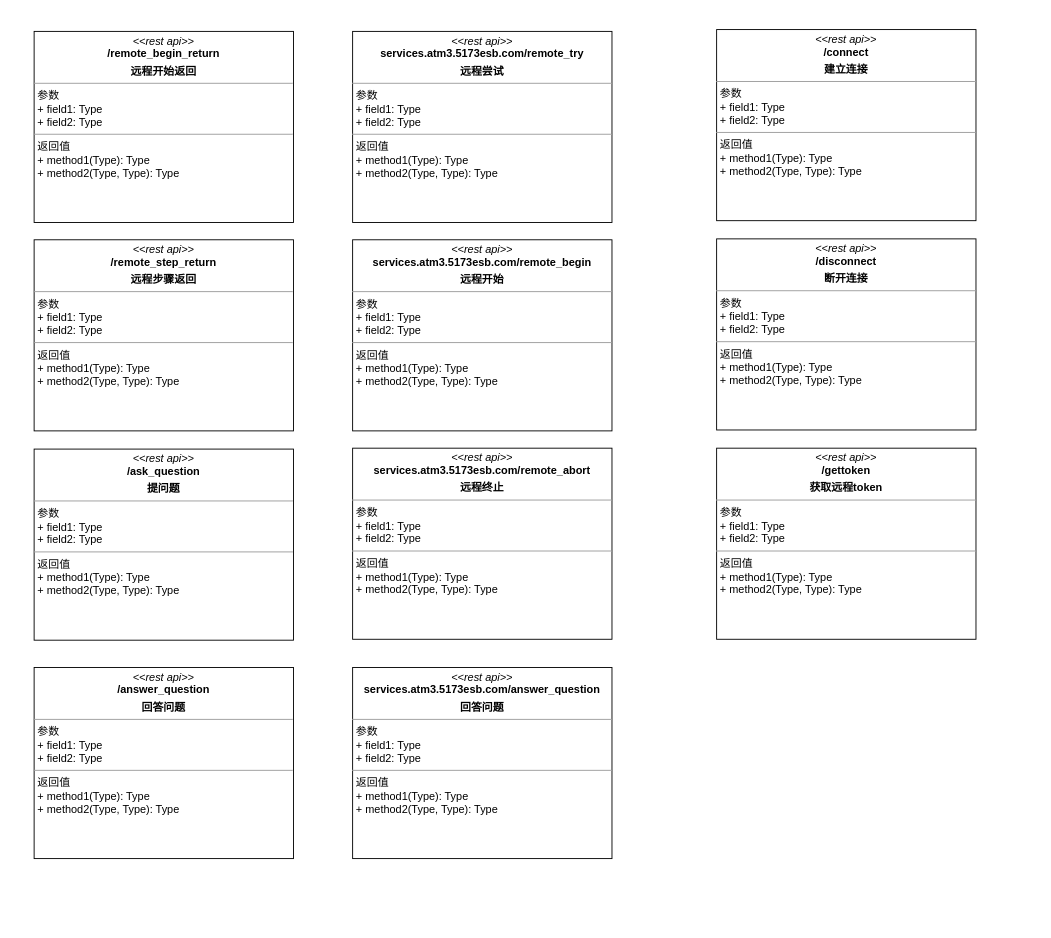
This is 接口.drawio from yelisheng/atm-design, a draw.io file, before an edit. Source tidied: cells renumbered, new cells numbered last; positions are measured from the earlier drawing's top-left corner, leaving out a move shared by most shapes. Both pictures are drawn from the tidied source at 91%, with x=0, y=0 at pixel (34, 29).
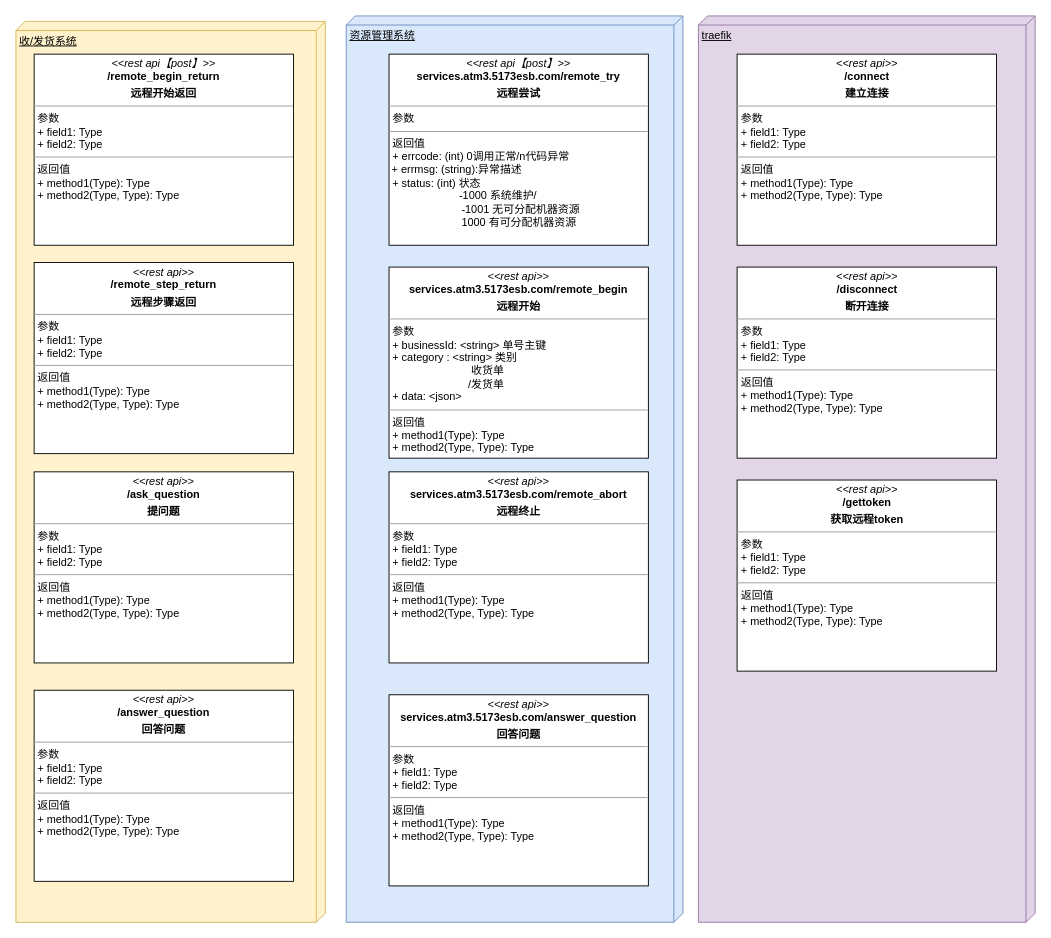
Above is the later version.

The edit, as a diff of the source:
```diff
@@
+    <mxCell id="16" style="group;" parent="1" vertex="1">
+      <mxGeometry x="-20" y="-9" width="340" height="990" as="geometry" />
+    </mxCell>
+    <mxCell id="17" value="收/发货系统" style="verticalAlign=top;align=left;spacingTop=8;spacingLeft=2;spacingRight=12;shape=cube;size=10;direction=south;fontStyle=4;html=1;fillColor=#fff2cc;strokeColor=#d6b656;" parent="16" vertex="1">
+      <mxGeometry width="340" height="990" as="geometry" />
+    </mxCell>
+    <mxCell id="7" value="&lt;p style=&quot;margin: 0px ; margin-top: 4px ; text-align: center&quot;&gt;&lt;i&gt;&amp;lt;&amp;lt;rest api【post】&amp;gt;&amp;gt;&lt;/i&gt;&lt;br&gt;&lt;b&gt;/remote_begin_return&lt;/b&gt;&lt;/p&gt;&lt;p style=&quot;margin: 0px ; margin-top: 4px ; text-align: center&quot;&gt;&lt;b&gt;远程开始返回&lt;/b&gt;&lt;/p&gt;&lt;hr size=&quot;1&quot;&gt;&lt;p style=&quot;margin: 0px ; margin-left: 4px&quot;&gt;参数&lt;/p&gt;&lt;p style=&quot;margin: 0px ; margin-left: 4px&quot;&gt;+ field1: Type&lt;br&gt;+ field2: Type&lt;/p&gt;&lt;hr size=&quot;1&quot;&gt;&lt;p style=&quot;margin: 0px ; margin-left: 4px&quot;&gt;返回值&lt;/p&gt;&lt;p style=&quot;margin: 0px ; margin-left: 4px&quot;&gt;+ method1(Type): Type&lt;br&gt;+ method2(Type, Type): Type&lt;/p&gt;" style="verticalAlign=top;align=left;overflow=fill;fontSize=12;fontFamily=Helvetica;html=1;" parent="16" vertex="1">
+      <mxGeometry x="20" y="36" width="285" height="210" as="geometry" />
+    </mxCell>
+    <mxCell id="8" value="&lt;p style=&quot;margin: 0px ; margin-top: 4px ; text-align: center&quot;&gt;&lt;i&gt;&amp;lt;&amp;lt;rest api&amp;gt;&amp;gt;&lt;/i&gt;&lt;br&gt;&lt;b&gt;/remote_step_return&lt;/b&gt;&lt;/p&gt;&lt;p style=&quot;margin: 0px ; margin-top: 4px ; text-align: center&quot;&gt;&lt;b&gt;远程步骤返回&lt;/b&gt;&lt;/p&gt;&lt;hr size=&quot;1&quot;&gt;&lt;p style=&quot;margin: 0px ; margin-left: 4px&quot;&gt;参数&lt;/p&gt;&lt;p style=&quot;margin: 0px ; margin-left: 4px&quot;&gt;+ field1: Type&lt;br&gt;+ field2: Type&lt;/p&gt;&lt;hr size=&quot;1&quot;&gt;&lt;p style=&quot;margin: 0px ; margin-left: 4px&quot;&gt;返回值&lt;/p&gt;&lt;p style=&quot;margin: 0px ; margin-left: 4px&quot;&gt;+ method1(Type): Type&lt;br&gt;+ method2(Type, Type): Type&lt;/p&gt;" style="verticalAlign=top;align=left;overflow=fill;fontSize=12;fontFamily=Helvetica;html=1;" parent="16" vertex="1">
+      <mxGeometry x="20" y="265" width="285" height="210" as="geometry" />
+    </mxCell>
+    <mxCell id="11" value="&lt;p style=&quot;margin: 0px ; margin-top: 4px ; text-align: center&quot;&gt;&lt;i&gt;&amp;lt;&amp;lt;rest api&amp;gt;&amp;gt;&lt;/i&gt;&lt;br&gt;&lt;b&gt;/ask_question&lt;/b&gt;&lt;/p&gt;&lt;p style=&quot;margin: 0px ; margin-top: 4px ; text-align: center&quot;&gt;&lt;b&gt;提问题&lt;/b&gt;&lt;/p&gt;&lt;hr size=&quot;1&quot;&gt;&lt;p style=&quot;margin: 0px ; margin-left: 4px&quot;&gt;参数&lt;/p&gt;&lt;p style=&quot;margin: 0px ; margin-left: 4px&quot;&gt;+ field1: Type&lt;br&gt;+ field2: Type&lt;/p&gt;&lt;hr size=&quot;1&quot;&gt;&lt;p style=&quot;margin: 0px ; margin-left: 4px&quot;&gt;返回值&lt;/p&gt;&lt;p style=&quot;margin: 0px ; margin-left: 4px&quot;&gt;+ method1(Type): Type&lt;br&gt;+ method2(Type, Type): Type&lt;/p&gt;" style="verticalAlign=top;align=left;overflow=fill;fontSize=12;fontFamily=Helvetica;html=1;" parent="16" vertex="1">
+      <mxGeometry x="20" y="495" width="285" height="210" as="geometry" />
+    </mxCell>
+    <mxCell id="12" value="&lt;p style=&quot;margin: 0px ; margin-top: 4px ; text-align: center&quot;&gt;&lt;i&gt;&amp;lt;&amp;lt;rest api&amp;gt;&amp;gt;&lt;/i&gt;&lt;br&gt;&lt;b&gt;/answer_question&lt;/b&gt;&lt;/p&gt;&lt;p style=&quot;margin: 0px ; margin-top: 4px ; text-align: center&quot;&gt;&lt;b&gt;回答问题&lt;/b&gt;&lt;/p&gt;&lt;hr size=&quot;1&quot;&gt;&lt;p style=&quot;margin: 0px ; margin-left: 4px&quot;&gt;参数&lt;/p&gt;&lt;p style=&quot;margin: 0px ; margin-left: 4px&quot;&gt;+ field1: Type&lt;br&gt;+ field2: Type&lt;/p&gt;&lt;hr size=&quot;1&quot;&gt;&lt;p style=&quot;margin: 0px ; margin-left: 4px&quot;&gt;返回值&lt;/p&gt;&lt;p style=&quot;margin: 0px ; margin-left: 4px&quot;&gt;+ method1(Type): Type&lt;br&gt;+ method2(Type, Type): Type&lt;/p&gt;" style="verticalAlign=top;align=left;overflow=fill;fontSize=12;fontFamily=Helvetica;html=1;" parent="16" vertex="1">
+      <mxGeometry x="20" y="735" width="285" height="210" as="geometry" />
+    </mxCell>
+    <mxCell id="18" style="group;" parent="1" vertex="1">
+      <mxGeometry x="343" y="-15" width="370" height="996" as="geometry" />
+    </mxCell>
+    <mxCell id="19" value="资源管理系统" style="verticalAlign=top;align=left;spacingTop=8;spacingLeft=2;spacingRight=12;shape=cube;size=10;direction=south;fontStyle=4;html=1;fillColor=#dae8fc;strokeColor=#6c8ebf;" parent="18" vertex="1">
+      <mxGeometry width="370" height="996" as="geometry" />
+    </mxCell>
-    <mxCell id="5" value="&lt;p style=&quot;margin: 0px ; margin-top: 4px ; text-align: center&quot;&gt;&lt;i&gt;&amp;lt;&amp;lt;rest api&amp;gt;&amp;gt;&lt;/i&gt;&lt;br&gt;&lt;b&gt;services.atm3.5173esb.com/remote_try&lt;/b&gt;&lt;/p&gt;&lt;p style=&quot;margin: 0px ; margin-top: 4px ; text-align: center&quot;&gt;&lt;b&gt;远程尝试&lt;/b&gt;&lt;/p&gt;&lt;hr size=&quot;1&quot;&gt;&lt;p style=&quot;margin: 0px ; margin-left: 4px&quot;&gt;参数&lt;/p&gt;&lt;p style=&quot;margin: 0px ; margin-left: 4px&quot;&gt;+ field1: Type&lt;br&gt;+ field2: Type&lt;/p&gt;&lt;hr size=&quot;1&quot;&gt;&lt;p style=&quot;margin: 0px ; margin-left: 4px&quot;&gt;返回值&lt;/p&gt;&lt;p style=&quot;margin: 0px ; margin-left: 4px&quot;&gt;+ method1(Type): Type&lt;br&gt;+ method2(Type, Type): Type&lt;/p&gt;" style="verticalAlign=top;align=left;overflow=fill;fontSize=12;fontFamily=Helvetica;html=1;" parent="1" vertex="1">
-      <mxGeometry x="350" y="2" width="285" height="210" as="geometry" />
+    <mxCell id="5" value="&lt;p style=&quot;margin: 0px ; margin-top: 4px ; text-align: center&quot;&gt;&lt;i&gt;&amp;lt;&amp;lt;rest api【post】&amp;gt;&amp;gt;&lt;/i&gt;&lt;br&gt;&lt;b&gt;services.atm3.5173esb.com/remote_try&lt;/b&gt;&lt;/p&gt;&lt;p style=&quot;margin: 0px ; margin-top: 4px ; text-align: center&quot;&gt;&lt;b&gt;远程尝试&lt;/b&gt;&lt;/p&gt;&lt;hr size=&quot;1&quot;&gt;&lt;p style=&quot;margin: 0px ; margin-left: 4px&quot;&gt;参数&lt;/p&gt;&lt;hr size=&quot;1&quot;&gt;&lt;p style=&quot;margin: 0px ; margin-left: 4px&quot;&gt;返回值&lt;/p&gt;&lt;p style=&quot;margin: 0px ; margin-left: 4px&quot;&gt;+ errcode: (int) 0调用正常/n代码异常&amp;nbsp;&lt;/p&gt;&amp;nbsp;+&amp;nbsp;&lt;span&gt;errmsg: (string):异常描述&lt;/span&gt;&lt;br&gt;&lt;p style=&quot;margin: 0px ; margin-left: 4px&quot;&gt;+ status: (int) 状态&amp;nbsp;&lt;/p&gt;&lt;p style=&quot;margin: 0px ; margin-left: 4px&quot;&gt;&amp;nbsp; &amp;nbsp; &amp;nbsp; &amp;nbsp; &amp;nbsp; &amp;nbsp; &amp;nbsp; &amp;nbsp; &amp;nbsp; &amp;nbsp; &amp;nbsp; -1000 系统维护/&lt;/p&gt;&amp;nbsp; &amp;nbsp; &amp;nbsp; &amp;nbsp; &amp;nbsp; &amp;nbsp; &amp;nbsp; &amp;nbsp; &amp;nbsp; &amp;nbsp; &amp;nbsp; &amp;nbsp; -1001 无可分配机器资源&lt;br&gt;&amp;nbsp; &amp;nbsp; &amp;nbsp; &amp;nbsp; &amp;nbsp; &amp;nbsp; &amp;nbsp; &amp;nbsp; &amp;nbsp; &amp;nbsp; &amp;nbsp; &amp;nbsp; 1000 有可分配机器资源&lt;br&gt;&lt;p style=&quot;margin: 0px ; margin-left: 4px&quot;&gt;&amp;nbsp;&amp;nbsp;&lt;/p&gt;" style="verticalAlign=top;align=left;overflow=fill;fontSize=12;fontFamily=Helvetica;html=1;" parent="18" vertex="1">
+      <mxGeometry x="47" y="42" width="285" height="210" as="geometry" />
     </mxCell>
-    <mxCell id="6" value="&lt;p style=&quot;margin: 0px ; margin-top: 4px ; text-align: center&quot;&gt;&lt;i&gt;&amp;lt;&amp;lt;rest api&amp;gt;&amp;gt;&lt;/i&gt;&lt;br&gt;&lt;b&gt;services.atm3.5173esb.com/remote_begin&lt;/b&gt;&lt;/p&gt;&lt;p style=&quot;margin: 0px ; margin-top: 4px ; text-align: center&quot;&gt;&lt;b&gt;远程开始&lt;/b&gt;&lt;/p&gt;&lt;hr size=&quot;1&quot;&gt;&lt;p style=&quot;margin: 0px ; margin-left: 4px&quot;&gt;参数&lt;/p&gt;&lt;p style=&quot;margin: 0px ; margin-left: 4px&quot;&gt;+ field1: Type&lt;br&gt;+ field2: Type&lt;/p&gt;&lt;hr size=&quot;1&quot;&gt;&lt;p style=&quot;margin: 0px ; margin-left: 4px&quot;&gt;返回值&lt;/p&gt;&lt;p style=&quot;margin: 0px ; margin-left: 4px&quot;&gt;+ method1(Type): Type&lt;br&gt;+ method2(Type, Type): Type&lt;/p&gt;" style="verticalAlign=top;align=left;overflow=fill;fontSize=12;fontFamily=Helvetica;html=1;" parent="1" vertex="1">
-      <mxGeometry x="350" y="231" width="285" height="210" as="geometry" />
+    <mxCell id="6" value="&lt;p style=&quot;margin: 0px ; margin-top: 4px ; text-align: center&quot;&gt;&lt;i&gt;&amp;lt;&amp;lt;rest api&amp;gt;&amp;gt;&lt;/i&gt;&lt;br&gt;&lt;b&gt;services.atm3.5173esb.com/remote_begin&lt;/b&gt;&lt;/p&gt;&lt;p style=&quot;margin: 0px ; margin-top: 4px ; text-align: center&quot;&gt;&lt;b&gt;远程开始&lt;/b&gt;&lt;/p&gt;&lt;hr size=&quot;1&quot;&gt;&lt;p style=&quot;margin: 0px ; margin-left: 4px&quot;&gt;参数&lt;/p&gt;&lt;p style=&quot;margin: 0px ; margin-left: 4px&quot;&gt;+ businessId: &amp;lt;string&amp;gt; 单号主键&lt;/p&gt;&lt;p style=&quot;margin: 0px ; margin-left: 4px&quot;&gt;+ category : &amp;lt;string&amp;gt; 类别&amp;nbsp;&lt;/p&gt;&lt;p style=&quot;margin: 0px ; margin-left: 4px&quot;&gt;&amp;nbsp; &amp;nbsp; &amp;nbsp; &amp;nbsp; &amp;nbsp; &amp;nbsp; &amp;nbsp; &amp;nbsp; &amp;nbsp; &amp;nbsp; &amp;nbsp; &amp;nbsp; &amp;nbsp; 收货单&lt;/p&gt;&lt;p style=&quot;margin: 0px ; margin-left: 4px&quot;&gt;&amp;nbsp; &amp;nbsp; &amp;nbsp; &amp;nbsp; &amp;nbsp; &amp;nbsp; &amp;nbsp; &amp;nbsp; &amp;nbsp; &amp;nbsp; &amp;nbsp; &amp;nbsp; &amp;nbsp;/发货单&lt;br&gt;+ data: &amp;lt;json&amp;gt;&lt;/p&gt;&lt;hr size=&quot;1&quot;&gt;&lt;p style=&quot;margin: 0px ; margin-left: 4px&quot;&gt;返回值&lt;/p&gt;&lt;p style=&quot;margin: 0px ; margin-left: 4px&quot;&gt;+ method1(Type): Type&lt;br&gt;+ method2(Type, Type): Type&lt;/p&gt;" style="verticalAlign=top;align=left;overflow=fill;fontSize=12;fontFamily=Helvetica;html=1;" parent="18" vertex="1">
+      <mxGeometry x="47" y="276" width="285" height="210" as="geometry" />
     </mxCell>
-    <mxCell id="7" value="&lt;p style=&quot;margin: 0px ; margin-top: 4px ; text-align: center&quot;&gt;&lt;i&gt;&amp;lt;&amp;lt;rest api&amp;gt;&amp;gt;&lt;/i&gt;&lt;br&gt;&lt;b&gt;/remote_begin_return&lt;/b&gt;&lt;/p&gt;&lt;p style=&quot;margin: 0px ; margin-top: 4px ; text-align: center&quot;&gt;&lt;b&gt;远程开始返回&lt;/b&gt;&lt;/p&gt;&lt;hr size=&quot;1&quot;&gt;&lt;p style=&quot;margin: 0px ; margin-left: 4px&quot;&gt;参数&lt;/p&gt;&lt;p style=&quot;margin: 0px ; margin-left: 4px&quot;&gt;+ field1: Type&lt;br&gt;+ field2: Type&lt;/p&gt;&lt;hr size=&quot;1&quot;&gt;&lt;p style=&quot;margin: 0px ; margin-left: 4px&quot;&gt;返回值&lt;/p&gt;&lt;p style=&quot;margin: 0px ; margin-left: 4px&quot;&gt;+ method1(Type): Type&lt;br&gt;+ method2(Type, Type): Type&lt;/p&gt;" style="verticalAlign=top;align=left;overflow=fill;fontSize=12;fontFamily=Helvetica;html=1;" parent="1" vertex="1">
-      <mxGeometry y="2" width="285" height="210" as="geometry" />
-    </mxCell>
-    <mxCell id="8" value="&lt;p style=&quot;margin: 0px ; margin-top: 4px ; text-align: center&quot;&gt;&lt;i&gt;&amp;lt;&amp;lt;rest api&amp;gt;&amp;gt;&lt;/i&gt;&lt;br&gt;&lt;b&gt;/remote_step_return&lt;/b&gt;&lt;/p&gt;&lt;p style=&quot;margin: 0px ; margin-top: 4px ; text-align: center&quot;&gt;&lt;b&gt;远程步骤返回&lt;/b&gt;&lt;/p&gt;&lt;hr size=&quot;1&quot;&gt;&lt;p style=&quot;margin: 0px ; margin-left: 4px&quot;&gt;参数&lt;/p&gt;&lt;p style=&quot;margin: 0px ; margin-left: 4px&quot;&gt;+ field1: Type&lt;br&gt;+ field2: Type&lt;/p&gt;&lt;hr size=&quot;1&quot;&gt;&lt;p style=&quot;margin: 0px ; margin-left: 4px&quot;&gt;返回值&lt;/p&gt;&lt;p style=&quot;margin: 0px ; margin-left: 4px&quot;&gt;+ method1(Type): Type&lt;br&gt;+ method2(Type, Type): Type&lt;/p&gt;" style="verticalAlign=top;align=left;overflow=fill;fontSize=12;fontFamily=Helvetica;html=1;" parent="1" vertex="1">
-      <mxGeometry y="231" width="285" height="210" as="geometry" />
-    </mxCell>
-    <mxCell id="9" value="&lt;p style=&quot;margin: 0px ; margin-top: 4px ; text-align: center&quot;&gt;&lt;i&gt;&amp;lt;&amp;lt;rest api&amp;gt;&amp;gt;&lt;/i&gt;&lt;br&gt;&lt;b&gt;services.atm3.5173esb.com/remote_abort&lt;/b&gt;&lt;/p&gt;&lt;p style=&quot;margin: 0px ; margin-top: 4px ; text-align: center&quot;&gt;&lt;b&gt;远程终止&lt;/b&gt;&lt;/p&gt;&lt;hr size=&quot;1&quot;&gt;&lt;p style=&quot;margin: 0px ; margin-left: 4px&quot;&gt;参数&lt;/p&gt;&lt;p style=&quot;margin: 0px ; margin-left: 4px&quot;&gt;+ field1: Type&lt;br&gt;+ field2: Type&lt;/p&gt;&lt;hr size=&quot;1&quot;&gt;&lt;p style=&quot;margin: 0px ; margin-left: 4px&quot;&gt;返回值&lt;/p&gt;&lt;p style=&quot;margin: 0px ; margin-left: 4px&quot;&gt;+ method1(Type): Type&lt;br&gt;+ method2(Type, Type): Type&lt;/p&gt;" style="verticalAlign=top;align=left;overflow=fill;fontSize=12;fontFamily=Helvetica;html=1;" parent="1" vertex="1">
-      <mxGeometry x="350" y="460" width="285" height="210" as="geometry" />
+    <mxCell id="9" value="&lt;p style=&quot;margin: 0px ; margin-top: 4px ; text-align: center&quot;&gt;&lt;i&gt;&amp;lt;&amp;lt;rest api&amp;gt;&amp;gt;&lt;/i&gt;&lt;br&gt;&lt;b&gt;services.atm3.5173esb.com/remote_abort&lt;/b&gt;&lt;/p&gt;&lt;p style=&quot;margin: 0px ; margin-top: 4px ; text-align: center&quot;&gt;&lt;b&gt;远程终止&lt;/b&gt;&lt;/p&gt;&lt;hr size=&quot;1&quot;&gt;&lt;p style=&quot;margin: 0px ; margin-left: 4px&quot;&gt;参数&lt;/p&gt;&lt;p style=&quot;margin: 0px ; margin-left: 4px&quot;&gt;+ field1: Type&lt;br&gt;+ field2: Type&lt;/p&gt;&lt;hr size=&quot;1&quot;&gt;&lt;p style=&quot;margin: 0px ; margin-left: 4px&quot;&gt;返回值&lt;/p&gt;&lt;p style=&quot;margin: 0px ; margin-left: 4px&quot;&gt;+ method1(Type): Type&lt;br&gt;+ method2(Type, Type): Type&lt;/p&gt;" style="verticalAlign=top;align=left;overflow=fill;fontSize=12;fontFamily=Helvetica;html=1;" parent="18" vertex="1">
+      <mxGeometry x="47" y="501" width="285" height="210" as="geometry" />
     </mxCell>
-    <mxCell id="10" value="&lt;p style=&quot;margin: 0px ; margin-top: 4px ; text-align: center&quot;&gt;&lt;i&gt;&amp;lt;&amp;lt;rest api&amp;gt;&amp;gt;&lt;/i&gt;&lt;br&gt;&lt;b&gt;services.atm3.5173esb.com/answer_question&lt;/b&gt;&lt;/p&gt;&lt;p style=&quot;margin: 0px ; margin-top: 4px ; text-align: center&quot;&gt;&lt;b&gt;回答问题&lt;/b&gt;&lt;/p&gt;&lt;hr size=&quot;1&quot;&gt;&lt;p style=&quot;margin: 0px ; margin-left: 4px&quot;&gt;参数&lt;/p&gt;&lt;p style=&quot;margin: 0px ; margin-left: 4px&quot;&gt;+ field1: Type&lt;br&gt;+ field2: Type&lt;/p&gt;&lt;hr size=&quot;1&quot;&gt;&lt;p style=&quot;margin: 0px ; margin-left: 4px&quot;&gt;返回值&lt;/p&gt;&lt;p style=&quot;margin: 0px ; margin-left: 4px&quot;&gt;+ method1(Type): Type&lt;br&gt;+ method2(Type, Type): Type&lt;/p&gt;" style="verticalAlign=top;align=left;overflow=fill;fontSize=12;fontFamily=Helvetica;html=1;" parent="1" vertex="1">
-      <mxGeometry x="350" y="701" width="285" height="210" as="geometry" />
+    <mxCell id="10" value="&lt;p style=&quot;margin: 0px ; margin-top: 4px ; text-align: center&quot;&gt;&lt;i&gt;&amp;lt;&amp;lt;rest api&amp;gt;&amp;gt;&lt;/i&gt;&lt;br&gt;&lt;b&gt;services.atm3.5173esb.com/answer_question&lt;/b&gt;&lt;/p&gt;&lt;p style=&quot;margin: 0px ; margin-top: 4px ; text-align: center&quot;&gt;&lt;b&gt;回答问题&lt;/b&gt;&lt;/p&gt;&lt;hr size=&quot;1&quot;&gt;&lt;p style=&quot;margin: 0px ; margin-left: 4px&quot;&gt;参数&lt;/p&gt;&lt;p style=&quot;margin: 0px ; margin-left: 4px&quot;&gt;+ field1: Type&lt;br&gt;+ field2: Type&lt;/p&gt;&lt;hr size=&quot;1&quot;&gt;&lt;p style=&quot;margin: 0px ; margin-left: 4px&quot;&gt;返回值&lt;/p&gt;&lt;p style=&quot;margin: 0px ; margin-left: 4px&quot;&gt;+ method1(Type): Type&lt;br&gt;+ method2(Type, Type): Type&lt;/p&gt;" style="verticalAlign=top;align=left;overflow=fill;fontSize=12;fontFamily=Helvetica;html=1;" parent="18" vertex="1">
+      <mxGeometry x="47" y="746" width="285" height="210" as="geometry" />
     </mxCell>
-    <mxCell id="11" value="&lt;p style=&quot;margin: 0px ; margin-top: 4px ; text-align: center&quot;&gt;&lt;i&gt;&amp;lt;&amp;lt;rest api&amp;gt;&amp;gt;&lt;/i&gt;&lt;br&gt;&lt;b&gt;/ask_question&lt;/b&gt;&lt;/p&gt;&lt;p style=&quot;margin: 0px ; margin-top: 4px ; text-align: center&quot;&gt;&lt;b&gt;提问题&lt;/b&gt;&lt;/p&gt;&lt;hr size=&quot;1&quot;&gt;&lt;p style=&quot;margin: 0px ; margin-left: 4px&quot;&gt;参数&lt;/p&gt;&lt;p style=&quot;margin: 0px ; margin-left: 4px&quot;&gt;+ field1: Type&lt;br&gt;+ field2: Type&lt;/p&gt;&lt;hr size=&quot;1&quot;&gt;&lt;p style=&quot;margin: 0px ; margin-left: 4px&quot;&gt;返回值&lt;/p&gt;&lt;p style=&quot;margin: 0px ; margin-left: 4px&quot;&gt;+ method1(Type): Type&lt;br&gt;+ method2(Type, Type): Type&lt;/p&gt;" style="verticalAlign=top;align=left;overflow=fill;fontSize=12;fontFamily=Helvetica;html=1;" parent="1" vertex="1">
-      <mxGeometry y="461" width="285" height="210" as="geometry" />
-    </mxCell>
-    <mxCell id="12" value="&lt;p style=&quot;margin: 0px ; margin-top: 4px ; text-align: center&quot;&gt;&lt;i&gt;&amp;lt;&amp;lt;rest api&amp;gt;&amp;gt;&lt;/i&gt;&lt;br&gt;&lt;b&gt;/answer_question&lt;/b&gt;&lt;/p&gt;&lt;p style=&quot;margin: 0px ; margin-top: 4px ; text-align: center&quot;&gt;&lt;b&gt;回答问题&lt;/b&gt;&lt;/p&gt;&lt;hr size=&quot;1&quot;&gt;&lt;p style=&quot;margin: 0px ; margin-left: 4px&quot;&gt;参数&lt;/p&gt;&lt;p style=&quot;margin: 0px ; margin-left: 4px&quot;&gt;+ field1: Type&lt;br&gt;+ field2: Type&lt;/p&gt;&lt;hr size=&quot;1&quot;&gt;&lt;p style=&quot;margin: 0px ; margin-left: 4px&quot;&gt;返回值&lt;/p&gt;&lt;p style=&quot;margin: 0px ; margin-left: 4px&quot;&gt;+ method1(Type): Type&lt;br&gt;+ method2(Type, Type): Type&lt;/p&gt;" style="verticalAlign=top;align=left;overflow=fill;fontSize=12;fontFamily=Helvetica;html=1;" parent="1" vertex="1">
-      <mxGeometry y="701" width="285" height="210" as="geometry" />
-    </mxCell>
+    <mxCell id="20" style="group;" parent="1" vertex="1">
+      <mxGeometry x="730" y="-15" width="370" height="996" as="geometry" />
+    </mxCell>
+    <mxCell id="21" value="traefik" style="verticalAlign=top;align=left;spacingTop=8;spacingLeft=2;spacingRight=12;shape=cube;size=10;direction=south;fontStyle=4;html=1;fillColor=#e1d5e7;strokeColor=#9673a6;" parent="20" vertex="1">
+      <mxGeometry width="370" height="996" as="geometry" />
+    </mxCell>
-    <mxCell id="13" value="&lt;p style=&quot;margin: 0px ; margin-top: 4px ; text-align: center&quot;&gt;&lt;i&gt;&amp;lt;&amp;lt;rest api&amp;gt;&amp;gt;&lt;/i&gt;&lt;br&gt;&lt;b&gt;/connect&lt;/b&gt;&lt;/p&gt;&lt;p style=&quot;margin: 0px ; margin-top: 4px ; text-align: center&quot;&gt;&lt;b&gt;建立连接&lt;/b&gt;&lt;/p&gt;&lt;hr size=&quot;1&quot;&gt;&lt;p style=&quot;margin: 0px ; margin-left: 4px&quot;&gt;参数&lt;/p&gt;&lt;p style=&quot;margin: 0px ; margin-left: 4px&quot;&gt;+ field1: Type&lt;br&gt;+ field2: Type&lt;/p&gt;&lt;hr size=&quot;1&quot;&gt;&lt;p style=&quot;margin: 0px ; margin-left: 4px&quot;&gt;返回值&lt;/p&gt;&lt;p style=&quot;margin: 0px ; margin-left: 4px&quot;&gt;+ method1(Type): Type&lt;br&gt;+ method2(Type, Type): Type&lt;/p&gt;" style="verticalAlign=top;align=left;overflow=fill;fontSize=12;fontFamily=Helvetica;html=1;" parent="1" vertex="1">
-      <mxGeometry x="750" width="285" height="210" as="geometry" />
+    <mxCell id="13" value="&lt;p style=&quot;margin: 0px ; margin-top: 4px ; text-align: center&quot;&gt;&lt;i&gt;&amp;lt;&amp;lt;rest api&amp;gt;&amp;gt;&lt;/i&gt;&lt;br&gt;&lt;b&gt;/connect&lt;/b&gt;&lt;/p&gt;&lt;p style=&quot;margin: 0px ; margin-top: 4px ; text-align: center&quot;&gt;&lt;b&gt;建立连接&lt;/b&gt;&lt;/p&gt;&lt;hr size=&quot;1&quot;&gt;&lt;p style=&quot;margin: 0px ; margin-left: 4px&quot;&gt;参数&lt;/p&gt;&lt;p style=&quot;margin: 0px ; margin-left: 4px&quot;&gt;+ field1: Type&lt;br&gt;+ field2: Type&lt;/p&gt;&lt;hr size=&quot;1&quot;&gt;&lt;p style=&quot;margin: 0px ; margin-left: 4px&quot;&gt;返回值&lt;/p&gt;&lt;p style=&quot;margin: 0px ; margin-left: 4px&quot;&gt;+ method1(Type): Type&lt;br&gt;+ method2(Type, Type): Type&lt;/p&gt;" style="verticalAlign=top;align=left;overflow=fill;fontSize=12;fontFamily=Helvetica;html=1;" parent="20" vertex="1">
+      <mxGeometry x="42.5" y="42" width="285" height="210" as="geometry" />
     </mxCell>
-    <mxCell id="14" value="&lt;p style=&quot;margin: 0px ; margin-top: 4px ; text-align: center&quot;&gt;&lt;i&gt;&amp;lt;&amp;lt;rest api&amp;gt;&amp;gt;&lt;/i&gt;&lt;br&gt;&lt;b&gt;/disconnect&lt;/b&gt;&lt;/p&gt;&lt;p style=&quot;margin: 0px ; margin-top: 4px ; text-align: center&quot;&gt;&lt;b&gt;断开连接&lt;/b&gt;&lt;/p&gt;&lt;hr size=&quot;1&quot;&gt;&lt;p style=&quot;margin: 0px ; margin-left: 4px&quot;&gt;参数&lt;/p&gt;&lt;p style=&quot;margin: 0px ; margin-left: 4px&quot;&gt;+ field1: Type&lt;br&gt;+ field2: Type&lt;/p&gt;&lt;hr size=&quot;1&quot;&gt;&lt;p style=&quot;margin: 0px ; margin-left: 4px&quot;&gt;返回值&lt;/p&gt;&lt;p style=&quot;margin: 0px ; margin-left: 4px&quot;&gt;+ method1(Type): Type&lt;br&gt;+ method2(Type, Type): Type&lt;/p&gt;" style="verticalAlign=top;align=left;overflow=fill;fontSize=12;fontFamily=Helvetica;html=1;" parent="1" vertex="1">
-      <mxGeometry x="750" y="230" width="285" height="210" as="geometry" />
+    <mxCell id="14" value="&lt;p style=&quot;margin: 0px ; margin-top: 4px ; text-align: center&quot;&gt;&lt;i&gt;&amp;lt;&amp;lt;rest api&amp;gt;&amp;gt;&lt;/i&gt;&lt;br&gt;&lt;b&gt;/disconnect&lt;/b&gt;&lt;/p&gt;&lt;p style=&quot;margin: 0px ; margin-top: 4px ; text-align: center&quot;&gt;&lt;b&gt;断开连接&lt;/b&gt;&lt;/p&gt;&lt;hr size=&quot;1&quot;&gt;&lt;p style=&quot;margin: 0px ; margin-left: 4px&quot;&gt;参数&lt;/p&gt;&lt;p style=&quot;margin: 0px ; margin-left: 4px&quot;&gt;+ field1: Type&lt;br&gt;+ field2: Type&lt;/p&gt;&lt;hr size=&quot;1&quot;&gt;&lt;p style=&quot;margin: 0px ; margin-left: 4px&quot;&gt;返回值&lt;/p&gt;&lt;p style=&quot;margin: 0px ; margin-left: 4px&quot;&gt;+ method1(Type): Type&lt;br&gt;+ method2(Type, Type): Type&lt;/p&gt;" style="verticalAlign=top;align=left;overflow=fill;fontSize=12;fontFamily=Helvetica;html=1;" parent="20" vertex="1">
+      <mxGeometry x="42.5" y="276" width="285" height="210" as="geometry" />
     </mxCell>
-    <mxCell id="15" value="&lt;p style=&quot;margin: 0px ; margin-top: 4px ; text-align: center&quot;&gt;&lt;i&gt;&amp;lt;&amp;lt;rest api&amp;gt;&amp;gt;&lt;/i&gt;&lt;br&gt;&lt;b&gt;/gettoken&lt;/b&gt;&lt;/p&gt;&lt;p style=&quot;margin: 0px ; margin-top: 4px ; text-align: center&quot;&gt;&lt;b&gt;获取远程token&lt;/b&gt;&lt;/p&gt;&lt;hr size=&quot;1&quot;&gt;&lt;p style=&quot;margin: 0px ; margin-left: 4px&quot;&gt;参数&lt;/p&gt;&lt;p style=&quot;margin: 0px ; margin-left: 4px&quot;&gt;+ field1: Type&lt;br&gt;+ field2: Type&lt;/p&gt;&lt;hr size=&quot;1&quot;&gt;&lt;p style=&quot;margin: 0px ; margin-left: 4px&quot;&gt;返回值&lt;/p&gt;&lt;p style=&quot;margin: 0px ; margin-left: 4px&quot;&gt;+ method1(Type): Type&lt;br&gt;+ method2(Type, Type): Type&lt;/p&gt;" style="verticalAlign=top;align=left;overflow=fill;fontSize=12;fontFamily=Helvetica;html=1;" parent="1" vertex="1">
-      <mxGeometry x="750" y="460" width="285" height="210" as="geometry" />
+    <mxCell id="15" value="&lt;p style=&quot;margin: 0px ; margin-top: 4px ; text-align: center&quot;&gt;&lt;i&gt;&amp;lt;&amp;lt;rest api&amp;gt;&amp;gt;&lt;/i&gt;&lt;br&gt;&lt;b&gt;/gettoken&lt;/b&gt;&lt;/p&gt;&lt;p style=&quot;margin: 0px ; margin-top: 4px ; text-align: center&quot;&gt;&lt;b&gt;获取远程token&lt;/b&gt;&lt;/p&gt;&lt;hr size=&quot;1&quot;&gt;&lt;p style=&quot;margin: 0px ; margin-left: 4px&quot;&gt;参数&lt;/p&gt;&lt;p style=&quot;margin: 0px ; margin-left: 4px&quot;&gt;+ field1: Type&lt;br&gt;+ field2: Type&lt;/p&gt;&lt;hr size=&quot;1&quot;&gt;&lt;p style=&quot;margin: 0px ; margin-left: 4px&quot;&gt;返回值&lt;/p&gt;&lt;p style=&quot;margin: 0px ; margin-left: 4px&quot;&gt;+ method1(Type): Type&lt;br&gt;+ method2(Type, Type): Type&lt;/p&gt;" style="verticalAlign=top;align=left;overflow=fill;fontSize=12;fontFamily=Helvetica;html=1;" parent="20" vertex="1">
+      <mxGeometry x="42.5" y="510" width="285" height="210" as="geometry" />
     </mxCell>
```
